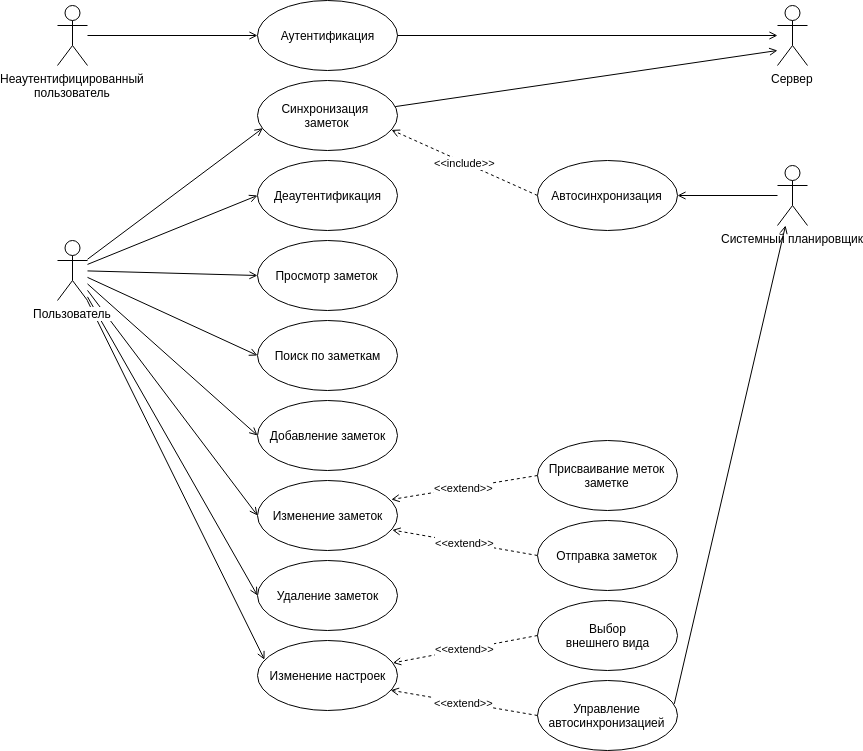
This is docs/diagrams/usecase.png from Nikolay-Ra/librenotes-mobile, a draw.io export, as it was before one commit. Source tidied: cells renumbered, new cells last; positions are measured from the earlier drawing's top-left corner, leaving out a move shared by most shapes.
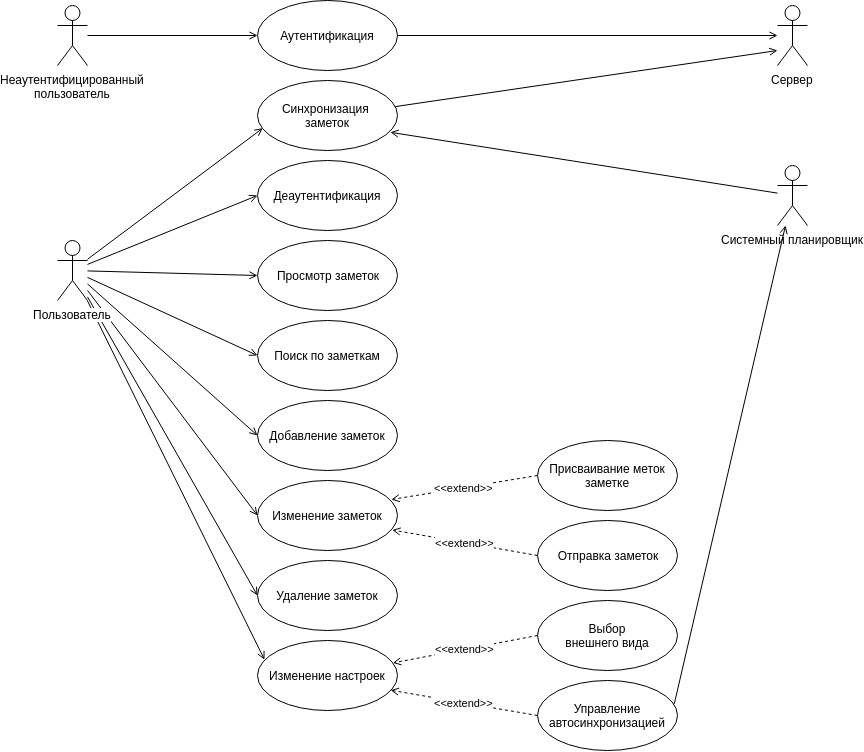
After the commit.

Commit message:
fix use case diagram

The edit, as a diff of the source:
```diff
@@ -70,7 +70,7 @@
     <mxCell id="23" value="Отправка заметок" style="ellipse;whiteSpace=wrap;html=1;" parent="1" vertex="1">
       <mxGeometry x="480" y="520" width="140" height="70" as="geometry" />
     </mxCell>
-    <mxCell id="24" style="edgeStyle=none;rounded=0;jettySize=auto;html=1;entryX=1;entryY=0.5;entryDx=0;entryDy=0;endArrow=open;endFill=0;" parent="1" edge="1" source="26" target="28">
+    <mxCell id="24" style="edgeStyle=none;rounded=0;jettySize=auto;html=1;entryX=0.949;entryY=0.74;entryDx=0;entryDy=0;endArrow=open;endFill=0;entryPerimeter=0;" parent="1" edge="1" source="26" target="18">
       <mxGeometry relative="1" as="geometry" />
     </mxCell>
     <mxCell id="25" style="rounded=0;jettySize=auto;html=1;entryX=0.977;entryY=0.334;entryDx=0;entryDy=0;entryPerimeter=0;startArrow=open;startFill=0;endArrow=none;endFill=0;" parent="1" edge="1" source="26" target="36">
@@ -79,12 +79,6 @@
     <mxCell id="26" value="Системный планировщик" style="shape=umlActor;verticalLabelPosition=bottom;labelBackgroundColor=none;verticalAlign=top;html=1;outlineConnect=0;" parent="1" vertex="1">
       <mxGeometry x="720" y="165" width="30" height="60" as="geometry" />
     </mxCell>
-    <mxCell id="27" value="&amp;lt;&amp;lt;include&amp;gt;&amp;gt;" style="edgeStyle=none;rounded=0;jettySize=auto;html=1;exitX=0;exitY=0.5;exitDx=0;exitDy=0;endArrow=open;endFill=0;entryX=0.957;entryY=0.706;entryDx=0;entryDy=0;dashed=1;entryPerimeter=0;" parent="1" edge="1" source="28" target="18">
-      <mxGeometry relative="1" as="geometry" />
-    </mxCell>
-    <mxCell id="28" value="Автосинхронизация" style="ellipse;whiteSpace=wrap;html=1;" parent="1" vertex="1">
-      <mxGeometry x="480" y="160" width="140" height="70" as="geometry" />
-    </mxCell>
     <mxCell id="29" value="&amp;lt;&amp;lt;extend&amp;gt;&amp;gt;" style="rounded=0;jettySize=auto;html=1;exitX=0;exitY=0.5;exitDx=0;exitDy=0;entryX=0.956;entryY=0.272;entryDx=0;entryDy=0;endArrow=open;endFill=0;strokeColor=#000000;dashed=1;entryPerimeter=0;" parent="1" edge="1" source="30" target="20">
       <mxGeometry relative="1" as="geometry" />
     </mxCell>
```
